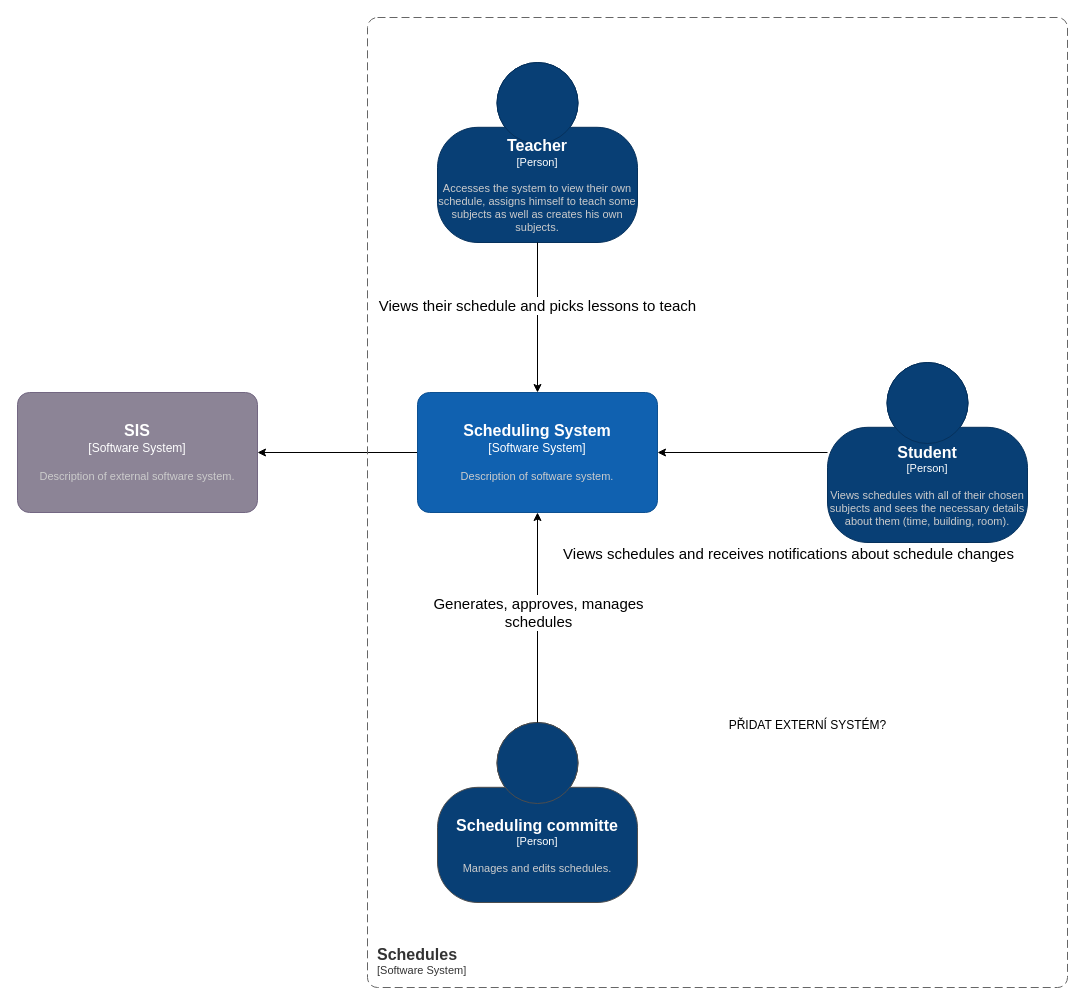
MiraZzle/NSWI130 keeps this draw.io diagram as page "[System - L1] Schedules" (1 of 8) of architektura.drawio. Above is the earlier version. Source tidied: cells renumbered, new cells numbered last; positions are measured from the earlier drawing's top-left corner, leaving out a move shared by most shapes. Both pictures are drawn from the tidied source at 100%, with x=0, y=0 at pixel (17, 17).
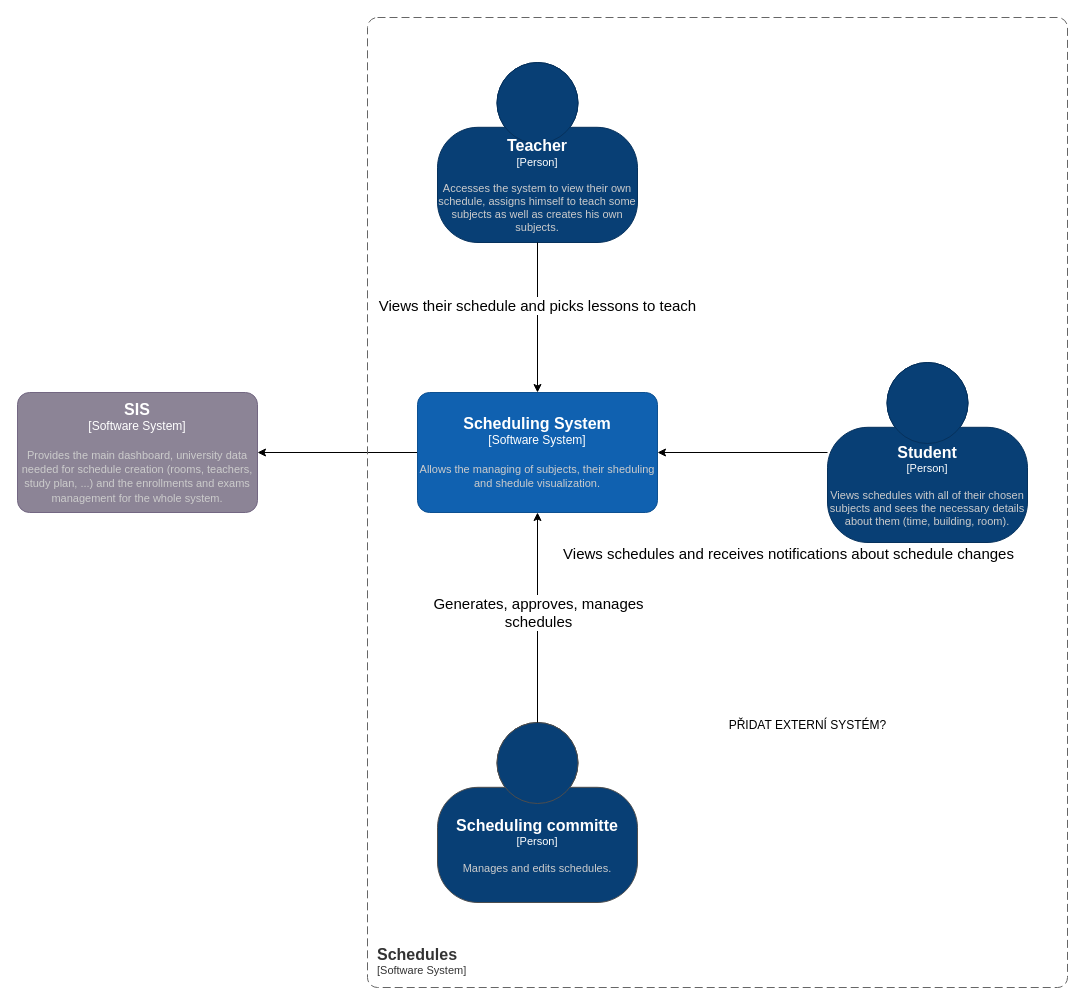
The same page after the edit.

Diff of the diagram source:
```diff
@@
-    <object id="7" label="&lt;font style=&quot;font-size: 16px&quot;&gt;&lt;b&gt;%c4Name%&lt;/b&gt;&lt;/font&gt;&lt;div&gt;[%c4Type%]&lt;/div&gt;&lt;br&gt;&lt;div&gt;&lt;font style=&quot;font-size: 11px&quot;&gt;&lt;font color=&quot;#cccccc&quot;&gt;%c4Description%&lt;/font&gt;&lt;/div&gt;" c4Description="Description of software system." c4Name="Scheduling System" c4Type="Software System" placeholders="1">
+    <object id="7" label="&lt;font style=&quot;font-size: 16px&quot;&gt;&lt;b&gt;%c4Name%&lt;/b&gt;&lt;/font&gt;&lt;div&gt;[%c4Type%]&lt;/div&gt;&lt;br&gt;&lt;div&gt;&lt;font style=&quot;font-size: 11px&quot;&gt;&lt;font color=&quot;#cccccc&quot;&gt;%c4Description%&lt;/font&gt;&lt;/div&gt;" c4Description="Allows the managing of subjects, their sheduling and shedule visualization." c4Name="Scheduling System" c4Type="Software System" placeholders="1">
       <mxCell style="rounded=1;whiteSpace=wrap;html=1;labelBackgroundColor=none;fillColor=#1061B0;fontColor=#ffffff;align=center;arcSize=10;strokeColor=#0D5091;points=[[0.25,0,0],[0.5,0,0],[0.75,0,0],[1,0.25,0],[1,0.5,0],[1,0.75,0],[0.75,1,0],[0.5,1,0],[0.25,1,0],[0,0.75,0],[0,0.5,0],[0,0.25,0]];glass=0;shadow=0;perimeter=rhombusPerimeter;" parent="1" vertex="1">
         <mxGeometry x="400" y="375" width="240" height="120" as="geometry" />
       </mxCell>
     </object>
@@
-    <object id="16" label="&lt;font style=&quot;font-size: 16px&quot;&gt;&lt;b&gt;%c4Name%&lt;/b&gt;&lt;/font&gt;&lt;div&gt;[%c4Type%]&lt;/div&gt;&lt;br&gt;&lt;div&gt;&lt;font style=&quot;font-size: 11px&quot;&gt;&lt;font color=&quot;#cccccc&quot;&gt;%c4Description%&lt;/font&gt;&lt;/div&gt;" c4Description="Description of external software system." c4Name="SIS" c4Type="Software System" placeholders="1">
+    <object id="16" label="&lt;font style=&quot;font-size: 16px&quot;&gt;&lt;b&gt;%c4Name%&lt;/b&gt;&lt;/font&gt;&lt;div&gt;[%c4Type%]&lt;/div&gt;&lt;br&gt;&lt;div&gt;&lt;font style=&quot;font-size: 11px&quot;&gt;&lt;font color=&quot;#cccccc&quot;&gt;%c4Description%&lt;/font&gt;&lt;/div&gt;" c4Description="Provides the main dashboard, university data needed for schedule creation (rooms, teachers, study plan, ...) and the enrollments and exams management for the whole system." c4Name="SIS" c4Type="Software System" placeholders="1">
       <mxCell style="rounded=1;whiteSpace=wrap;html=1;labelBackgroundColor=none;fillColor=#8C8496;fontColor=#ffffff;align=center;arcSize=10;strokeColor=#736782;points=[[0.25,0,0],[0.5,0,0],[0.75,0,0],[1,0.25,0],[1,0.5,0],[1,0.75,0],[0.75,1,0],[0.5,1,0],[0.25,1,0],[0,0.75,0],[0,0.5,0],[0,0.25,0]];" parent="1" vertex="1">
         <mxGeometry y="375" width="240" height="120" as="geometry" />
       </mxCell>
     </object>
```
